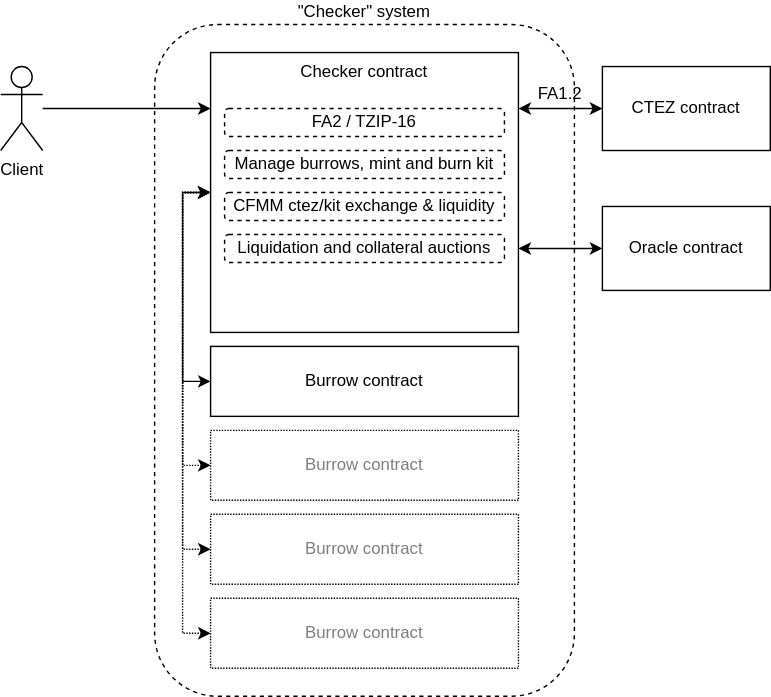
Above: docs/spec/_static/system-diagram.svg in tezos-checker/checker (draw.io), before the change. Source tidied: cells renumbered, new cells last; positions are measured from the earlier drawing's top-left corner, leaving out a move shared by most shapes. Its diagram source:
```xml
<mxGraphModel>
  <root>
    <mxCell id="0" />
    <mxCell id="1" parent="0" />
    <mxCell id="2" value="&quot;Checker&quot; system" style="rounded=1;whiteSpace=wrap;html=1;dashed=1;labelPosition=center;verticalLabelPosition=top;align=center;verticalAlign=bottom;" parent="1" vertex="1">
      <mxGeometry x="110" width="300" height="480" as="geometry" />
    </mxCell>
    <mxCell id="3" style="edgeStyle=orthogonalEdgeStyle;rounded=0;orthogonalLoop=1;jettySize=auto;html=1;exitX=0;exitY=0.5;exitDx=0;exitDy=0;startArrow=classic;startFill=1;" parent="1" edge="1">
      <mxGeometry relative="1" as="geometry">
        <mxPoint x="430" y="60" as="sourcePoint" />
        <mxPoint x="370" y="60" as="targetPoint" />
      </mxGeometry>
    </mxCell>
    <mxCell id="4" style="edgeStyle=orthogonalEdgeStyle;rounded=0;orthogonalLoop=1;jettySize=auto;html=1;exitX=0;exitY=0.5;exitDx=0;exitDy=0;startArrow=classic;startFill=1;" parent="1" edge="1">
      <mxGeometry relative="1" as="geometry">
        <mxPoint x="430" y="160" as="sourcePoint" />
        <mxPoint x="370" y="160" as="targetPoint" />
      </mxGeometry>
    </mxCell>
    <mxCell id="5" style="edgeStyle=orthogonalEdgeStyle;rounded=0;jettySize=auto;html=1;exitX=0;exitY=0.5;exitDx=0;exitDy=0;startArrow=classic;startFill=1;entryX=0;entryY=0.5;entryDx=0;entryDy=0;" parent="1" edge="1" source="22" target="17">
      <mxGeometry relative="1" as="geometry" />
    </mxCell>
    <mxCell id="6" style="edgeStyle=orthogonalEdgeStyle;rounded=0;jettySize=auto;html=1;exitX=0;exitY=0.5;exitDx=0;exitDy=0;dashed=1;startArrow=classic;startFill=1;entryX=0;entryY=0.5;entryDx=0;entryDy=0;dashPattern=1 1;" parent="1" edge="1" source="7" target="17">
      <mxGeometry relative="1" as="geometry" />
    </mxCell>
    <mxCell id="7" value="Burrow contract" style="rounded=0;whiteSpace=wrap;html=1;dashed=1;dashPattern=1 1;textOpacity=50;" parent="1" vertex="1">
      <mxGeometry x="150" y="410" width="220" height="50" as="geometry" />
    </mxCell>
    <mxCell id="8" style="edgeStyle=orthogonalEdgeStyle;rounded=0;jettySize=auto;html=1;exitX=0;exitY=0.5;exitDx=0;exitDy=0;dashed=1;startArrow=classic;startFill=1;entryX=0;entryY=0.5;entryDx=0;entryDy=0;dashPattern=1 1;" parent="1" edge="1" source="9" target="17">
      <mxGeometry relative="1" as="geometry" />
    </mxCell>
    <mxCell id="9" value="Burrow contract" style="rounded=0;whiteSpace=wrap;html=1;dashed=1;dashPattern=1 1;textOpacity=50;" parent="1" vertex="1">
      <mxGeometry x="150" y="350" width="220" height="50" as="geometry" />
    </mxCell>
    <mxCell id="10" style="edgeStyle=orthogonalEdgeStyle;rounded=0;jettySize=auto;html=1;exitX=0;exitY=0.5;exitDx=0;exitDy=0;startArrow=classic;startFill=1;dashed=1;entryX=0;entryY=0.5;entryDx=0;entryDy=0;dashPattern=1 1;" parent="1" edge="1" source="11" target="17">
      <mxGeometry relative="1" as="geometry" />
    </mxCell>
    <mxCell id="11" value="Burrow contract" style="rounded=0;whiteSpace=wrap;html=1;dashed=1;dashPattern=1 1;textOpacity=50;" parent="1" vertex="1">
      <mxGeometry x="150" y="290" width="220" height="50" as="geometry" />
    </mxCell>
    <mxCell id="12" value="&lt;div&gt;FA1.2&lt;/div&gt;" style="text;html=1;strokeColor=none;fillColor=none;align=center;verticalAlign=middle;whiteSpace=wrap;rounded=0;dashed=1;" parent="1" vertex="1">
      <mxGeometry x="380" y="40" width="40" height="20" as="geometry" />
    </mxCell>
    <mxCell id="13" style="edgeStyle=orthogonalEdgeStyle;rounded=0;jettySize=auto;html=1;startArrow=none;startFill=0;" parent="1" edge="1" source="14">
      <mxGeometry relative="1" as="geometry">
        <mxPoint x="150" y="60" as="targetPoint" />
      </mxGeometry>
    </mxCell>
    <mxCell id="14" value="&lt;div&gt;Client&lt;/div&gt;" style="shape=umlActor;verticalLabelPosition=bottom;verticalAlign=top;html=1;outlineConnect=0;" parent="1" vertex="1">
      <mxGeometry y="30" width="30" height="60" as="geometry" />
    </mxCell>
    <mxCell id="15" value="CTEZ contract" style="rounded=0;whiteSpace=wrap;html=1;" parent="1" vertex="1">
      <mxGeometry x="430" y="30" width="120" height="60" as="geometry" />
    </mxCell>
    <mxCell id="16" value="Oracle contract" style="rounded=0;whiteSpace=wrap;html=1;" parent="1" vertex="1">
      <mxGeometry x="430" y="130" width="120" height="60" as="geometry" />
    </mxCell>
    <mxCell id="17" value="Checker contract" style="rounded=0;whiteSpace=wrap;html=1;labelPosition=center;verticalLabelPosition=middle;align=center;verticalAlign=top;" parent="1" vertex="1">
      <mxGeometry x="150" y="20" width="220" height="200" as="geometry" />
    </mxCell>
    <mxCell id="18" value="FA2 / TZIP-16" style="rounded=1;whiteSpace=wrap;html=1;dashed=1;" parent="1" vertex="1">
      <mxGeometry x="160" y="60" width="200" height="20" as="geometry" />
    </mxCell>
    <mxCell id="19" value="Manage burrows, mint and burn kit" style="rounded=1;whiteSpace=wrap;html=1;dashed=1;" parent="1" vertex="1">
      <mxGeometry x="160" y="90" width="200" height="20" as="geometry" />
    </mxCell>
    <mxCell id="20" value="CFMM ctez/kit exchange &amp;amp; liquidity" style="rounded=1;whiteSpace=wrap;html=1;dashed=1;" parent="1" vertex="1">
      <mxGeometry x="160" y="120" width="200" height="20" as="geometry" />
    </mxCell>
    <mxCell id="21" value="Liquidation and collateral auctions" style="rounded=1;whiteSpace=wrap;html=1;dashed=1;" parent="1" vertex="1">
      <mxGeometry x="160" y="150" width="200" height="20" as="geometry" />
    </mxCell>
    <mxCell id="22" value="&lt;div&gt;Burrow contract&lt;/div&gt;" style="rounded=0;whiteSpace=wrap;html=1;" parent="1" vertex="1">
      <mxGeometry x="150" y="230" width="220" height="50" as="geometry" />
    </mxCell>
  </root>
</mxGraphModel>
```
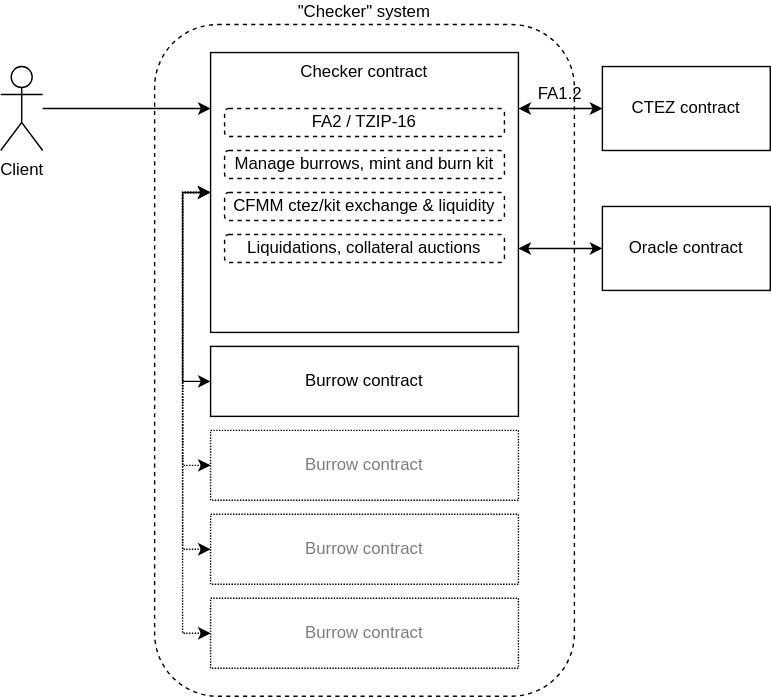
The same file after the commit.

Commit message:
Clarify caption in diagram, use svg as authoritative file

What changed in the source:
```diff
@@ -67,7 +67,7 @@
     <mxCell id="20" value="CFMM ctez/kit exchange &amp;amp; liquidity" style="rounded=1;whiteSpace=wrap;html=1;dashed=1;" parent="1" vertex="1">
       <mxGeometry x="160" y="120" width="200" height="20" as="geometry" />
     </mxCell>
-    <mxCell id="21" value="Liquidation and collateral auctions" style="rounded=1;whiteSpace=wrap;html=1;dashed=1;" parent="1" vertex="1">
+    <mxCell id="21" value="Liquidations, collateral auctions" style="rounded=1;whiteSpace=wrap;html=1;dashed=1;" parent="1" vertex="1">
       <mxGeometry x="160" y="150" width="200" height="20" as="geometry" />
     </mxCell>
     <mxCell id="22" value="&lt;div&gt;Burrow contract&lt;/div&gt;" style="rounded=0;whiteSpace=wrap;html=1;" parent="1" vertex="1">
```
